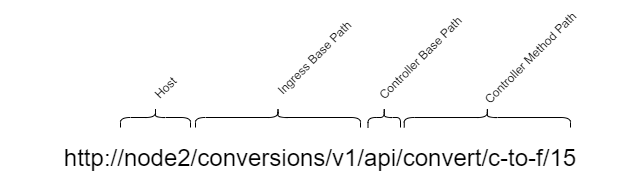
Before: chapter_06/paths.png, a diagram exported from draw.io (nicc777/kubernetes-from-scratch). Source tidied: cells renumbered, new cells last; positions are measured from the earlier drawing's top-left corner, leaving out a move shared by most shapes.
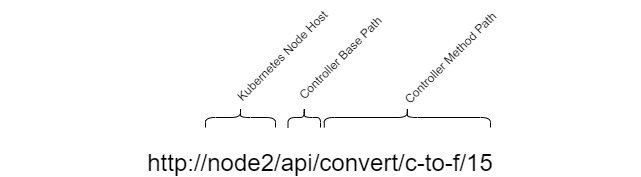
After the commit.

What changed in the source:
```diff
@@ -2,32 +2,26 @@
   <root>
     <mxCell id="0" />
     <mxCell id="1" parent="0" />
-    <mxCell id="2" value="http://node2/conversions/v1/api/convert/c-to-f/15" style="text;html=1;strokeColor=none;fillColor=none;align=center;verticalAlign=middle;whiteSpace=wrap;rounded=0;fontSize=24;" parent="1" vertex="1">
+    <mxCell id="2" value="http://node2/api/convert/c-to-f/15" style="text;html=1;strokeColor=none;fillColor=none;align=center;verticalAlign=middle;whiteSpace=wrap;rounded=0;fontSize=24;" parent="1" vertex="1">
       <mxGeometry y="113" width="640" height="20" as="geometry" />
     </mxCell>
     <mxCell id="3" style="shape=curlyBracket;whiteSpace=wrap;html=1;rounded=1;flipH=1;fontSize=24;rotation=-90;" parent="1" vertex="1">
-      <mxGeometry x="145" y="48" width="20" height="70" as="geometry" />
+      <mxGeometry x="230" y="43" width="20" height="70" as="geometry" />
     </mxCell>
     <mxCell id="4" style="shape=curlyBracket;whiteSpace=wrap;html=1;rounded=1;flipH=1;fontSize=24;rotation=-90;" parent="1" vertex="1">
-      <mxGeometry x="267.5" y="0.5" width="20" height="165" as="geometry" />
+      <mxGeometry x="293.8" y="61.7" width="20" height="32.5" as="geometry" />
     </mxCell>
     <mxCell id="5" style="shape=curlyBracket;whiteSpace=wrap;html=1;rounded=1;flipH=1;fontSize=24;rotation=-90;" parent="1" vertex="1">
-      <mxGeometry x="373.8" y="66.8" width="20" height="32.5" as="geometry" />
+      <mxGeometry x="396.9" y="-5.1" width="20" height="166.2" as="geometry" />
     </mxCell>
-    <mxCell id="6" style="shape=curlyBracket;whiteSpace=wrap;html=1;rounded=1;flipH=1;fontSize=24;rotation=-90;" parent="1" vertex="1">
-      <mxGeometry x="476.9" y="-0.1" width="20" height="166.2" as="geometry" />
+    <mxCell id="6" value="Kubernetes Node Host" style="text;html=1;strokeColor=none;fillColor=none;align=center;verticalAlign=middle;whiteSpace=wrap;rounded=0;fontSize=12;rotation=-45;" parent="1" vertex="1">
+      <mxGeometry x="216.8" y="6.2" width="130" height="20" as="geometry" />
     </mxCell>
-    <mxCell id="7" value="Host" style="text;html=1;strokeColor=none;fillColor=none;align=center;verticalAlign=middle;whiteSpace=wrap;rounded=0;fontSize=12;rotation=-45;" parent="1" vertex="1">
-      <mxGeometry x="145" y="43" width="40" height="20" as="geometry" />
+    <mxCell id="7" value="Controller Base Path" style="text;html=1;strokeColor=none;fillColor=none;align=center;verticalAlign=middle;whiteSpace=wrap;rounded=0;fontSize=12;rotation=-45;" parent="1" vertex="1">
+      <mxGeometry x="280" y="8" width="120" height="20" as="geometry" />
     </mxCell>
-    <mxCell id="8" value="Ingress Base Path" style="text;html=1;strokeColor=none;fillColor=none;align=center;verticalAlign=middle;whiteSpace=wrap;rounded=0;fontSize=12;rotation=-45;" parent="1" vertex="1">
-      <mxGeometry x="253.8" y="13" width="120" height="20" as="geometry" />
+    <mxCell id="8" value="Controller Method Path" style="text;html=1;strokeColor=none;fillColor=none;align=center;verticalAlign=middle;whiteSpace=wrap;rounded=0;fontSize=12;rotation=-45;" parent="1" vertex="1">
+      <mxGeometry x="380" y="8" width="140" height="20" as="geometry" />
     </mxCell>
-    <mxCell id="9" value="Controller Base Path" style="text;html=1;strokeColor=none;fillColor=none;align=center;verticalAlign=middle;whiteSpace=wrap;rounded=0;fontSize=12;rotation=-45;" parent="1" vertex="1">
-      <mxGeometry x="360" y="13" width="120" height="20" as="geometry" />
-    </mxCell>
-    <mxCell id="10" value="Controller Method Path" style="text;html=1;strokeColor=none;fillColor=none;align=center;verticalAlign=middle;whiteSpace=wrap;rounded=0;fontSize=12;rotation=-45;" parent="1" vertex="1">
-      <mxGeometry x="460" y="13" width="140" height="20" as="geometry" />
-    </mxCell>
   </root>
 </mxGraphModel>
```
